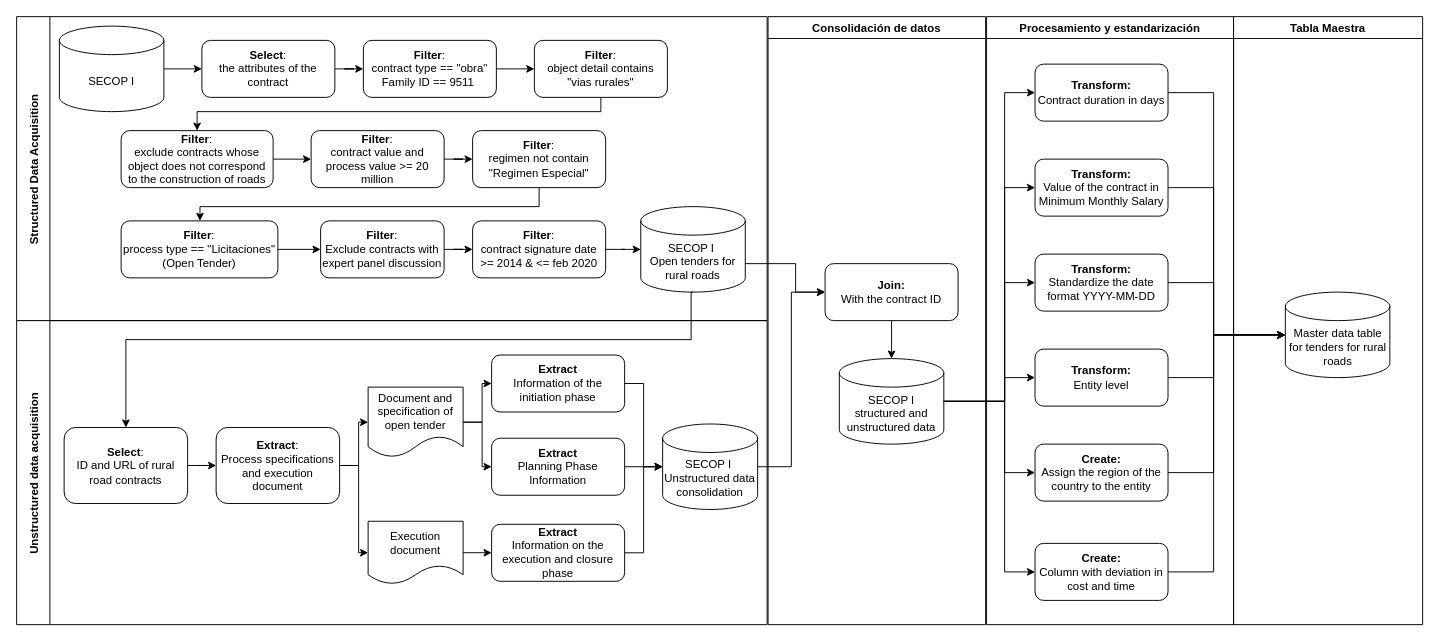
This is page "Data-WF-English" (2 of 2) of images/Flujograma de datos.drawio from hfelizzola/Cost-and-Time-Deviation-in-Colombian-Rural-Roads, a draw.io file, before an edit. Source tidied: cells renumbered, new cells numbered last; positions are measured from the earlier drawing's top-left corner, leaving out a move shared by most shapes. Both pictures are drawn from the tidied source at 95%, with x=0, y=0 at pixel (16, 16).
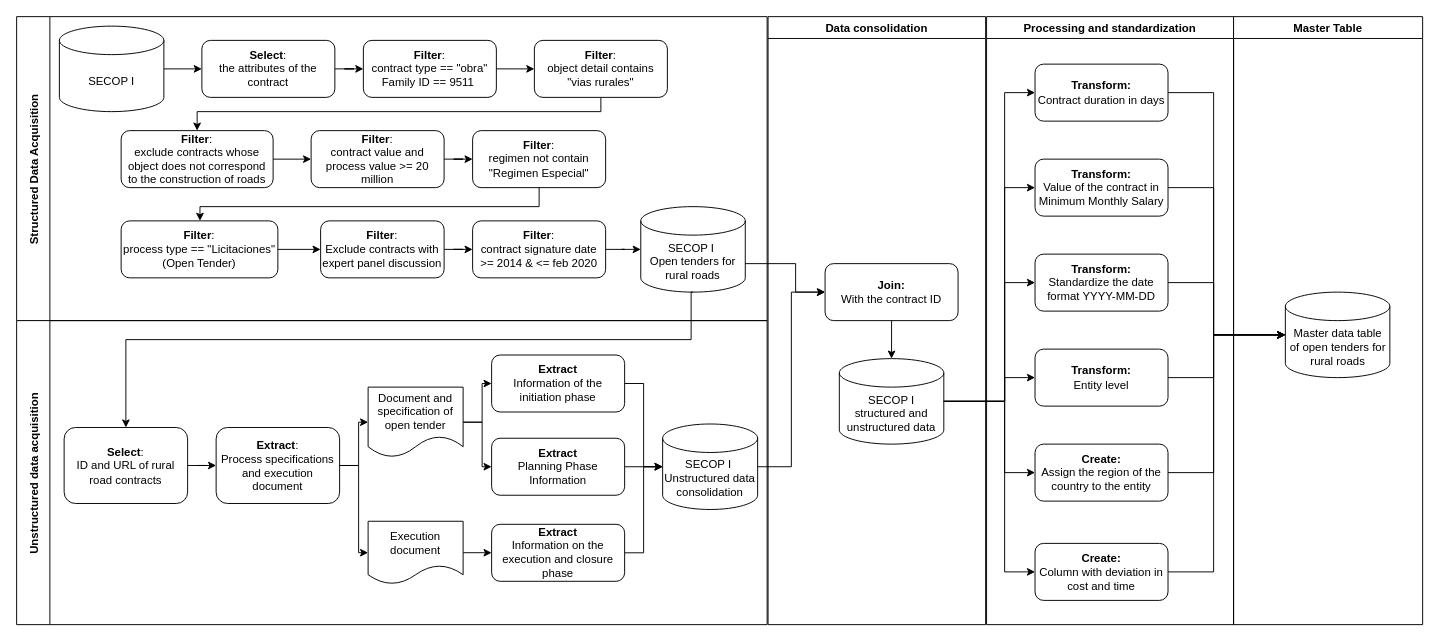
Above is the later version.

Change to the diagram source:
```diff
@@
-    <mxCell id="42" value="Consolidación de datos" style="swimlane;fontFamily=Helvetica;fontSize=12;" parent="1" vertex="1">
+    <mxCell id="42" value="Data consolidation" style="swimlane;fontFamily=Helvetica;fontSize=12;" parent="1" vertex="1">
       <mxGeometry x="791" width="229" height="640" as="geometry" />
     </mxCell>
@@
-    <mxCell id="47" value="Procesamiento y estandarización" style="swimlane;fontFamily=Helvetica;fontSize=12;" parent="1" vertex="1">
+    <mxCell id="47" value="Processing and standardization" style="swimlane;fontFamily=Helvetica;fontSize=12;" parent="1" vertex="1">
       <mxGeometry x="1021" width="260" height="640" as="geometry" />
     </mxCell>
@@
-    <mxCell id="54" value="Tabla Maestra" style="swimlane;fontFamily=Helvetica;fontSize=12;" parent="1" vertex="1">
+    <mxCell id="54" value="Master Table" style="swimlane;fontFamily=Helvetica;fontSize=12;" parent="1" vertex="1">
       <mxGeometry x="1281" width="199" height="640" as="geometry" />
     </mxCell>
-    <mxCell id="55" value="Master data table for tenders for rural roads" style="shape=cylinder3;whiteSpace=wrap;html=1;boundedLbl=1;backgroundOutline=1;size=15;" parent="54" vertex="1">
+    <mxCell id="55" value="Master data table &lt;br&gt;of open tenders for rural roads" style="shape=cylinder3;whiteSpace=wrap;html=1;boundedLbl=1;backgroundOutline=1;size=15;" parent="54" vertex="1">
       <mxGeometry x="54.5" y="290" width="110" height="90" as="geometry" />
     </mxCell>
```
